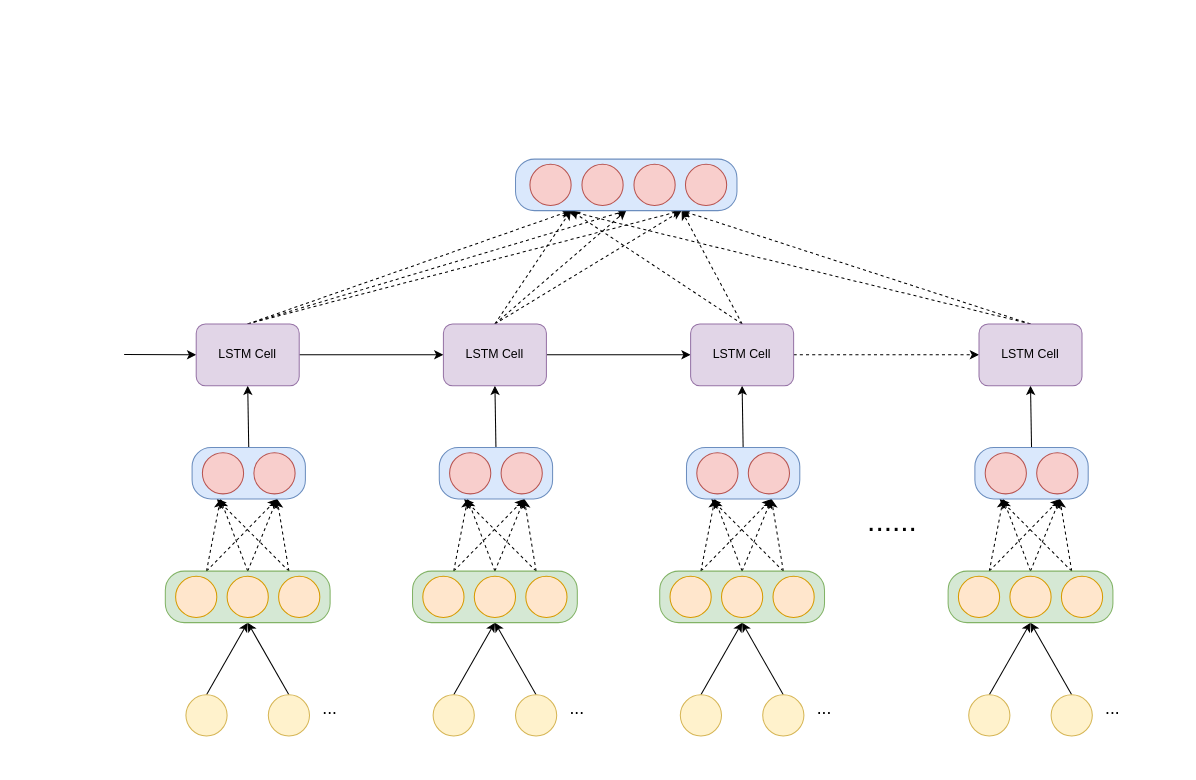
qq547276542/draw.io keeps this draw.io diagram as 专利图2.drawio. Above is the earlier version. Source tidied: cells renumbered, new cells numbered last; positions are measured from the earlier drawing's top-left corner, leaving out a move shared by most shapes. Both pictures are drawn from the tidied source at 103%, with x=0, y=0 at pixel (124, 159).
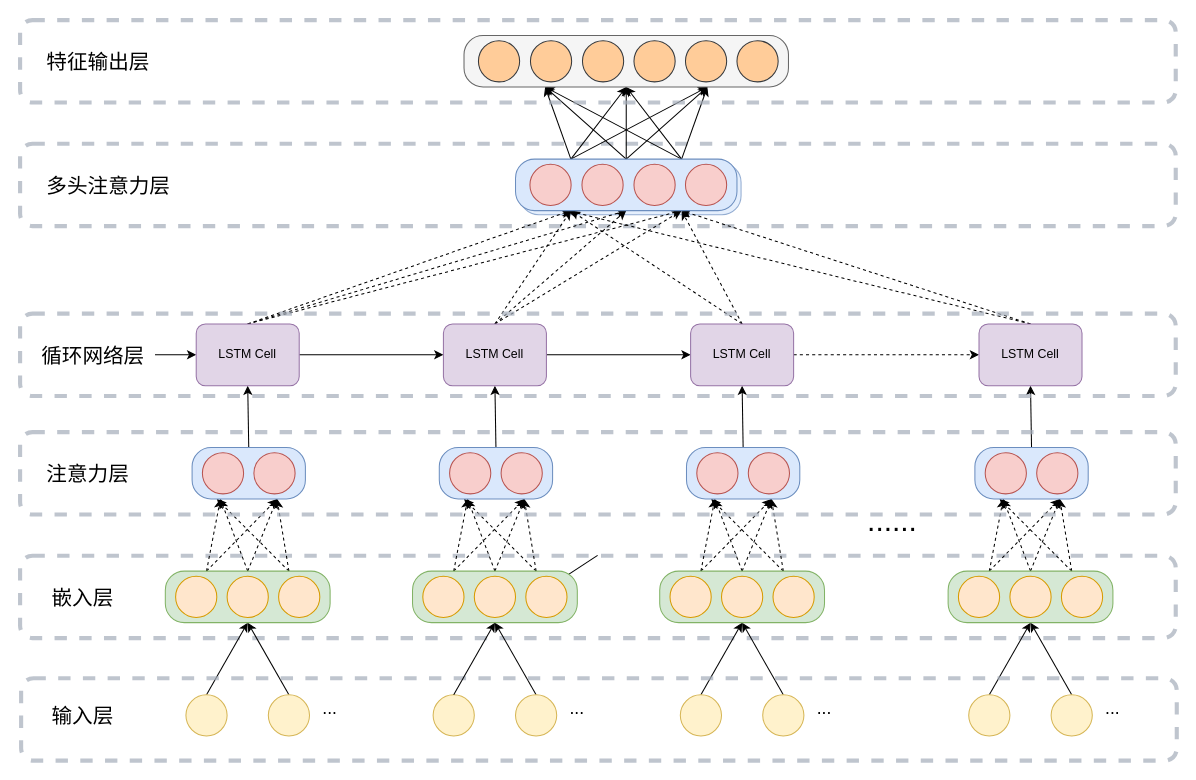
The same diagram, later.

Unchanged cells that the change refers to:
```xml
<mxCell id="26" value="LSTM Cell" style="rounded=1;whiteSpace=wrap;html=1;fillColor=#e1d5e7;strokeColor=#9673a6;" parent="1" vertex="1">
  <mxGeometry x="70" y="160" width="100" height="60" as="geometry" />
</mxCell>
<mxCell id="28" style="ellipse;whiteSpace=wrap;html=1;fillColor=#fff2cc;strokeColor=#d6b656;" parent="1" vertex="1">
  <mxGeometry x="300" y="520" width="40" height="40" as="geometry" />
</mxCell>
<mxCell id="37" style="rounded=1;whiteSpace=wrap;html=1;arcSize=37;fillColor=#d5e8d4;strokeColor=#82b366;" parent="1" vertex="1">
  <mxGeometry x="280" y="400" width="160" height="50" as="geometry" />
</mxCell>
<mxCell id="97" style="rounded=1;whiteSpace=wrap;html=1;arcSize=37;fillColor=#dae8fc;strokeColor=#6c8ebf;" parent="1" vertex="1">
  <mxGeometry x="380" width="215" height="50" as="geometry" />
</mxCell>
```

Diff of the diagram source:
```diff
@@
+    <mxCell id="102" style="rounded=1;whiteSpace=wrap;html=1;fillColor=none;dashed=1;strokeWidth=4;strokeColor=#A4ADBA;opacity=70;" parent="1" vertex="1">
+      <mxGeometry x="-101" y="385" width="1122" height="80" as="geometry" />
+    </mxCell>
+    <mxCell id="103" style="rounded=1;whiteSpace=wrap;html=1;fillColor=none;dashed=1;strokeWidth=4;strokeColor=#A4ADBA;opacity=70;" parent="1" vertex="1">
+      <mxGeometry x="-101" y="-15" width="1122" height="80" as="geometry" />
+    </mxCell>
+    <mxCell id="104" style="rounded=1;whiteSpace=wrap;html=1;arcSize=37;fillColor=#dae8fc;strokeColor=#6c8ebf;opacity=70;" parent="1" vertex="1">
+      <mxGeometry x="384" y="4" width="215" height="50" as="geometry" />
+    </mxCell>
@@
     <mxCell id="22" style="edgeStyle=none;rounded=0;jettySize=auto;html=1;exitX=0;exitY=0.5;exitDx=0;exitDy=0;endArrow=none;endFill=0;startArrow=classic;startFill=1;" parent="1" edge="1" source="26">
       <mxGeometry relative="1" as="geometry">
-        <mxPoint y="189.7" as="targetPoint" />
+        <mxPoint x="30" y="190" as="targetPoint" />
       </mxGeometry>
     </mxCell>
@@
-    <mxCell id="27" style="rounded=0;jettySize=auto;html=1;exitX=0.5;exitY=0;exitDx=0;exitDy=0;entryX=0.5;entryY=1;entryDx=0;entryDy=0;" parent="1" edge="1" source="28" target="37">
-      <mxGeometry relative="1" as="geometry" />
+    <mxCell id="27" style="rounded=0;jettySize=auto;html=1;exitX=0.5;exitY=0;exitDx=0;exitDy=0;entryX=0.5;entryY=1;entryDx=0;entryDy=0;" parent="1" edge="1" target="37">
+      <mxGeometry relative="1" as="geometry">
+        <mxPoint x="459.7" y="384.7" as="sourcePoint" />
+      </mxGeometry>
     </mxCell>
@@
+    <mxCell id="105" style="edgeStyle=none;rounded=0;jettySize=auto;html=1;exitX=0.25;exitY=0;exitDx=0;exitDy=0;entryX=0.25;entryY=1;entryDx=0;entryDy=0;startArrow=none;startFill=0;endArrow=classic;endFill=1;" parent="1" edge="1" source="97" target="114">
+      <mxGeometry relative="1" as="geometry" />
+    </mxCell>
+    <mxCell id="106" style="edgeStyle=none;rounded=0;jettySize=auto;html=1;exitX=0.25;exitY=0;exitDx=0;exitDy=0;entryX=0.5;entryY=1;entryDx=0;entryDy=0;startArrow=none;startFill=0;endArrow=classic;endFill=1;" parent="1" edge="1" source="97" target="114">
+      <mxGeometry relative="1" as="geometry" />
+    </mxCell>
+    <mxCell id="107" style="edgeStyle=none;rounded=0;jettySize=auto;html=1;exitX=0.25;exitY=0;exitDx=0;exitDy=0;entryX=0.75;entryY=1;entryDx=0;entryDy=0;startArrow=none;startFill=0;endArrow=classic;endFill=1;" parent="1" edge="1" source="97" target="114">
+      <mxGeometry relative="1" as="geometry" />
+    </mxCell>
+    <mxCell id="108" style="edgeStyle=none;rounded=0;jettySize=auto;html=1;exitX=0.5;exitY=0;exitDx=0;exitDy=0;entryX=0.25;entryY=1;entryDx=0;entryDy=0;startArrow=none;startFill=0;endArrow=classic;endFill=1;" parent="1" edge="1" source="97" target="114">
+      <mxGeometry relative="1" as="geometry" />
+    </mxCell>
+    <mxCell id="109" style="edgeStyle=none;rounded=0;jettySize=auto;html=1;exitX=0.5;exitY=0;exitDx=0;exitDy=0;entryX=0.5;entryY=1;entryDx=0;entryDy=0;startArrow=none;startFill=0;endArrow=classic;endFill=1;" parent="1" edge="1" source="97" target="114">
+      <mxGeometry relative="1" as="geometry" />
+    </mxCell>
+    <mxCell id="110" style="edgeStyle=none;rounded=0;jettySize=auto;html=1;exitX=0.5;exitY=0;exitDx=0;exitDy=0;entryX=0.75;entryY=1;entryDx=0;entryDy=0;startArrow=none;startFill=0;endArrow=classic;endFill=1;" parent="1" edge="1" source="97" target="114">
+      <mxGeometry relative="1" as="geometry" />
+    </mxCell>
+    <mxCell id="111" style="edgeStyle=none;rounded=0;jettySize=auto;html=1;exitX=0.75;exitY=0;exitDx=0;exitDy=0;entryX=0.25;entryY=1;entryDx=0;entryDy=0;startArrow=none;startFill=0;endArrow=classic;endFill=1;" parent="1" edge="1" source="97" target="114">
+      <mxGeometry relative="1" as="geometry" />
+    </mxCell>
+    <mxCell id="112" style="edgeStyle=none;rounded=0;jettySize=auto;html=1;exitX=0.75;exitY=0;exitDx=0;exitDy=0;entryX=0.5;entryY=1;entryDx=0;entryDy=0;startArrow=none;startFill=0;endArrow=classic;endFill=1;" parent="1" edge="1" source="97" target="114">
+      <mxGeometry relative="1" as="geometry" />
+    </mxCell>
+    <mxCell id="113" style="edgeStyle=none;rounded=0;jettySize=auto;html=1;exitX=0.75;exitY=0;exitDx=0;exitDy=0;entryX=0.75;entryY=1;entryDx=0;entryDy=0;startArrow=none;startFill=0;endArrow=classic;endFill=1;" parent="1" edge="1" source="97" target="114">
+      <mxGeometry relative="1" as="geometry" />
+    </mxCell>
@@
+    <mxCell id="114" style="rounded=1;whiteSpace=wrap;html=1;arcSize=37;fillColor=#f5f5f5;strokeColor=#666666;fontColor=#333333;" parent="1" vertex="1">
+      <mxGeometry x="330" y="-120" width="315" height="50" as="geometry" />
+    </mxCell>
+    <mxCell id="115" style="ellipse;whiteSpace=wrap;html=1;fillColor=#ffcc99;strokeColor=#36393d;" parent="1" vertex="1">
+      <mxGeometry x="445" y="-115" width="40" height="40" as="geometry" />
+    </mxCell>
+    <mxCell id="116" style="ellipse;whiteSpace=wrap;html=1;fillColor=#ffcc99;strokeColor=#36393d;" parent="1" vertex="1">
+      <mxGeometry x="495" y="-115" width="40" height="40" as="geometry" />
+    </mxCell>
+    <mxCell id="117" style="ellipse;whiteSpace=wrap;html=1;fillColor=#ffcc99;strokeColor=#36393d;" parent="1" vertex="1">
+      <mxGeometry x="394.5" y="-115" width="40" height="40" as="geometry" />
+    </mxCell>
+    <mxCell id="118" style="ellipse;whiteSpace=wrap;html=1;fillColor=#ffcc99;strokeColor=#36393d;" parent="1" vertex="1">
+      <mxGeometry x="344" y="-115" width="40" height="40" as="geometry" />
+    </mxCell>
+    <mxCell id="119" style="ellipse;whiteSpace=wrap;html=1;fillColor=#ffcc99;strokeColor=#36393d;" parent="1" vertex="1">
+      <mxGeometry x="545" y="-115" width="40" height="40" as="geometry" />
+    </mxCell>
+    <mxCell id="120" style="ellipse;whiteSpace=wrap;html=1;fillColor=#ffcc99;strokeColor=#36393d;" parent="1" vertex="1">
+      <mxGeometry x="595" y="-115" width="40" height="40" as="geometry" />
+    </mxCell>
+    <mxCell id="121" style="rounded=1;whiteSpace=wrap;html=1;fillColor=none;dashed=1;strokeWidth=4;strokeColor=#A4ADBA;opacity=70;" parent="1" vertex="1">
+      <mxGeometry x="-100" y="504" width="1122" height="80" as="geometry" />
+    </mxCell>
+    <mxCell id="122" style="rounded=0;jettySize=auto;html=1;exitX=0.5;exitY=0;exitDx=0;exitDy=0;entryX=0.5;entryY=1;entryDx=0;entryDy=0;" parent="1" edge="1" source="28" target="37">
+      <mxGeometry relative="1" as="geometry" />
+    </mxCell>
+    <mxCell id="123" style="rounded=1;whiteSpace=wrap;html=1;fillColor=none;dashed=1;strokeWidth=4;strokeColor=#A4ADBA;opacity=70;" parent="1" vertex="1">
+      <mxGeometry x="-101" y="265" width="1122" height="80" as="geometry" />
+    </mxCell>
+    <mxCell id="124" style="rounded=1;whiteSpace=wrap;html=1;fillColor=none;dashed=1;strokeWidth=4;strokeColor=#A4ADBA;opacity=70;" parent="1" vertex="1">
+      <mxGeometry x="-101" y="150" width="1122" height="80" as="geometry" />
+    </mxCell>
+    <mxCell id="125" style="rounded=1;whiteSpace=wrap;html=1;fillColor=none;dashed=1;strokeWidth=4;strokeColor=#A4ADBA;opacity=70;" parent="1" vertex="1">
+      <mxGeometry x="-101" y="-135" width="1122" height="80" as="geometry" />
+    </mxCell>
+    <mxCell id="126" value="&lt;font style=&quot;font-size: 20px&quot;&gt;输入层&lt;/font&gt;" style="text;html=1;strokeColor=none;fillColor=none;align=center;verticalAlign=middle;whiteSpace=wrap;rounded=0;dashed=1;opacity=70;" parent="1" vertex="1">
+      <mxGeometry x="-85" y="530" width="90" height="20" as="geometry" />
+    </mxCell>
+    <mxCell id="127" value="&lt;font style=&quot;font-size: 20px&quot;&gt;嵌入层&lt;/font&gt;" style="text;html=1;strokeColor=none;fillColor=none;align=center;verticalAlign=middle;whiteSpace=wrap;rounded=0;dashed=1;opacity=70;" parent="1" vertex="1">
+      <mxGeometry x="-85" y="414.5" width="90" height="20" as="geometry" />
+    </mxCell>
+    <mxCell id="128" value="&lt;font style=&quot;font-size: 20px&quot;&gt;注意力层&lt;/font&gt;" style="text;html=1;strokeColor=none;fillColor=none;align=center;verticalAlign=middle;whiteSpace=wrap;rounded=0;dashed=1;opacity=70;" parent="1" vertex="1">
+      <mxGeometry x="-85" y="295" width="100" height="20" as="geometry" />
+    </mxCell>
+    <mxCell id="129" value="&lt;font style=&quot;font-size: 20px&quot;&gt;循环网络层&lt;/font&gt;" style="text;html=1;strokeColor=none;fillColor=none;align=center;verticalAlign=middle;whiteSpace=wrap;rounded=0;dashed=1;opacity=70;" parent="1" vertex="1">
+      <mxGeometry x="-95" y="180" width="130" height="20" as="geometry" />
+    </mxCell>
+    <mxCell id="130" value="&lt;span style=&quot;font-size: 20px&quot;&gt;多头注意力层&lt;/span&gt;" style="text;html=1;strokeColor=none;fillColor=none;align=center;verticalAlign=middle;whiteSpace=wrap;rounded=0;dashed=1;opacity=70;" parent="1" vertex="1">
+      <mxGeometry x="-80" y="15" width="130" height="20" as="geometry" />
+    </mxCell>
+    <mxCell id="131" value="&lt;span style=&quot;font-size: 20px&quot;&gt;特征输出层&lt;/span&gt;" style="text;html=1;strokeColor=none;fillColor=none;align=center;verticalAlign=middle;whiteSpace=wrap;rounded=0;dashed=1;opacity=70;" parent="1" vertex="1">
+      <mxGeometry x="-80" y="-105" width="110" height="20" as="geometry" />
+    </mxCell>
```
